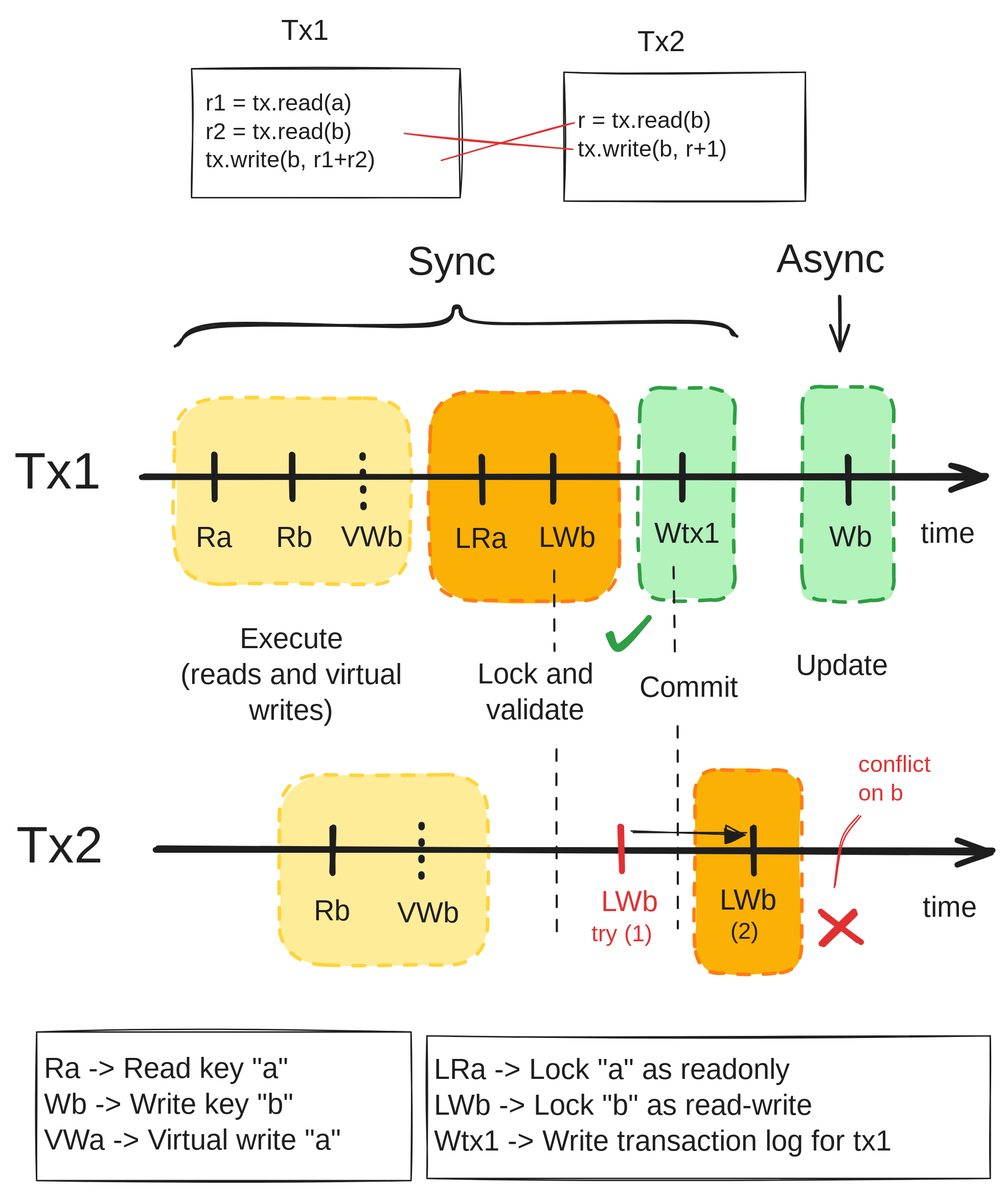
Before: content/posts/transactional-object-storage/glassdb-tx-conflict.svg, a diagram exported from Excalidraw (mbrt/blog). Source tidied: one line per element, renumbered; positions are measured from the earlier drawing's top-left corner, leaving out a move shared by most shapes.
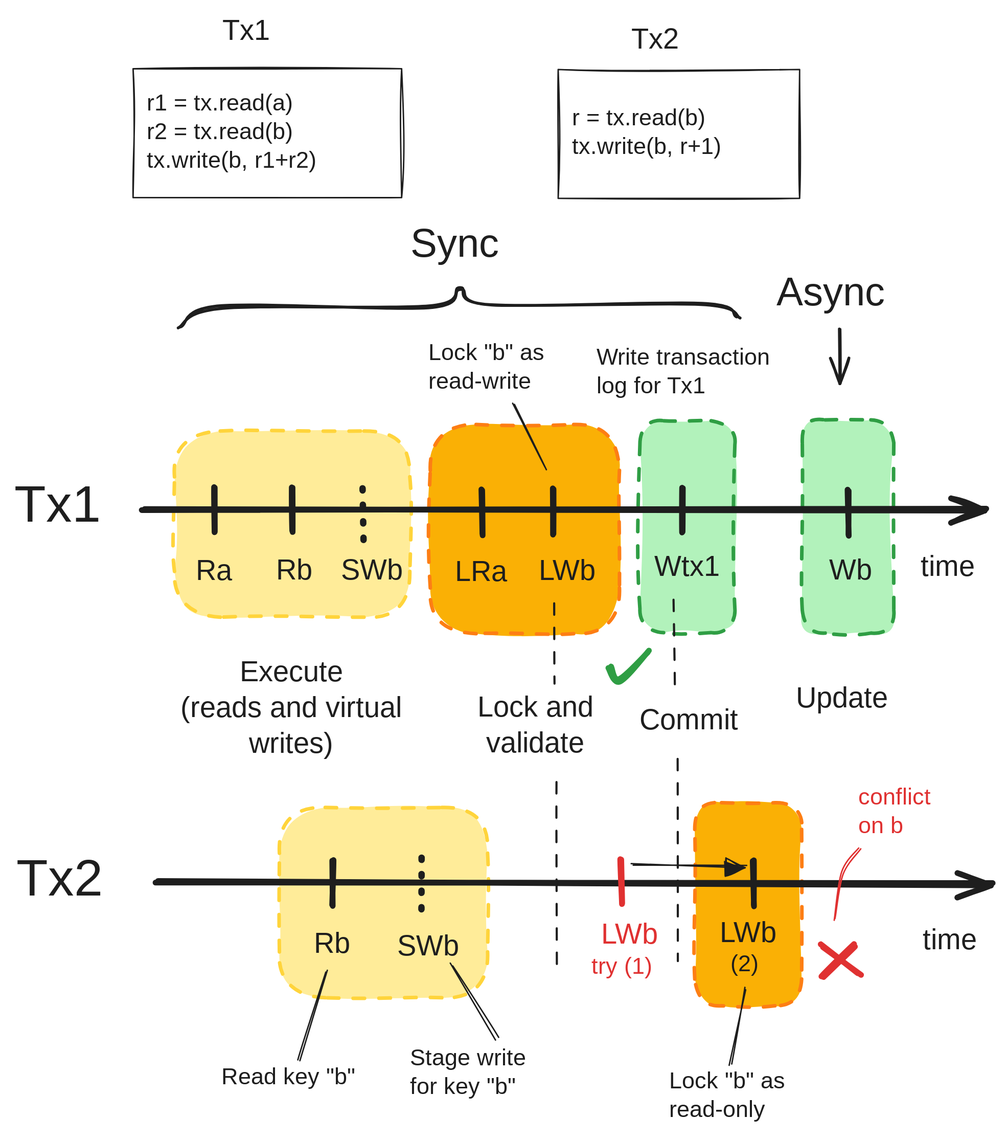
After the commit.

Diff of the diagram source:
```diff
@@ -22,8 +22,8 @@
 {"id": 21, "type": "text", "text": "Ra", "strokeColor": "#1e1e1e", "backgroundColor": "#ffec99", "fillStyle": "solid", "strokeWidth": 4, "roughness": 1, "fontSize": 20, "fontFamily": 5, "x": 127, "y": 354, "width": 28, "height": 25}
 {"id": 22, "type": "text", "text": "Rb", "strokeColor": "#1e1e1e", "backgroundColor": "#ffec99", "fillStyle": "solid", "strokeWidth": 4, "roughness": 1, "fontSize": 20, "fontFamily": 5, "x": 209, "y": 615, "width": 27, "height": 25}
 {"id": 23, "type": "text", "text": "Rb", "strokeColor": "#1e1e1e", "backgroundColor": "#ffec99", "fillStyle": "solid", "strokeWidth": 4, "roughness": 1, "fontSize": 20, "fontFamily": 5, "x": 183, "y": 354, "width": 27, "height": 25}
-{"id": 24, "type": "text", "text": "VWb", "strokeColor": "#1e1e1e", "backgroundColor": "#ffec99", "fillStyle": "solid", "strokeWidth": 4, "roughness": 1, "fontSize": 20, "fontFamily": 5, "x": 228, "y": 354, "width": 39, "height": 25}
+{"id": 24, "type": "text", "text": "SWb", "strokeColor": "#1e1e1e", "backgroundColor": "#ffec99", "fillStyle": "solid", "strokeWidth": 4, "roughness": 1, "fontSize": 20, "fontFamily": 5, "x": 228, "y": 354, "width": 39, "height": 25}
-{"id": 25, "type": "text", "text": "VWb", "strokeColor": "#1e1e1e", "backgroundColor": "#ffec99", "fillStyle": "solid", "strokeWidth": 4, "roughness": 1, "fontSize": 20, "fontFamily": 5, "x": 268, "y": 616, "width": 39, "height": 25}
+{"id": 25, "type": "text", "text": "SWb", "strokeColor": "#1e1e1e", "backgroundColor": "#ffec99", "fillStyle": "solid", "strokeWidth": 4, "roughness": 1, "fontSize": 20, "fontFamily": 5, "x": 268, "y": 616, "width": 39, "height": 25}
 {"id": 26, "type": "text", "text": "LRa", "strokeColor": "#1e1e1e", "backgroundColor": "#ffec99", "fillStyle": "solid", "strokeWidth": 4, "roughness": 1, "fontSize": 20, "fontFamily": 5, "x": 308, "y": 355, "width": 38, "height": 25}
 {"id": 27, "type": "text", "text": "LWb", "strokeColor": "#1e1e1e", "backgroundColor": "#ffec99", "fillStyle": "solid", "strokeWidth": 4, "roughness": 1, "fontSize": 20, "fontFamily": 5, "x": 366, "y": 354, "width": 38, "height": 25}
 {"id": 28, "type": "text", "text": "LWb", "strokeColor": "#e03131", "backgroundColor": "#ffec99", "fillStyle": "solid", "strokeWidth": 4, "roughness": 1, "fontSize": 20, "fontFamily": 5, "x": 410, "y": 608, "width": 38, "height": 25}
@@ -32,8 +32,8 @@
 {"id": 31, "type": "text", "text": "LWb", "strokeColor": "#1e1e1e", "backgroundColor": "#ffec99", "fillStyle": "solid", "strokeWidth": 4, "roughness": 1, "fontSize": 20, "fontFamily": 5, "x": 493, "y": 607, "width": 38, "height": 25}
 {"id": 32, "type": "text", "text": "Wtx1", "strokeColor": "#1e1e1e", "backgroundColor": "#ffec99", "fillStyle": "solid", "strokeWidth": 4, "roughness": 1, "fontSize": 20, "fontFamily": 5, "x": 447, "y": 351, "width": 47, "height": 25}
 {"id": 33, "type": "text", "text": "Wb", "strokeColor": "#1e1e1e", "backgroundColor": "#ffec99", "fillStyle": "solid", "strokeWidth": 4, "roughness": 1, "fontSize": 20, "fontFamily": 5, "x": 569, "y": 354, "width": 28, "height": 25}
-{"id": 34, "type": "line", "strokeColor": "#1e1e1e", "strokeWidth": 2, "roughness": 1, "round": true, "x": 113, "y": 231, "width": 391, "height": 28, "points": [[0, 0], [31, -13], [174, -15], [196, -28], [217, -16], [365, -16], [391, -8]]}
+{"id": 34, "type": "line", "strokeColor": "#1e1e1e", "strokeWidth": 2, "roughness": 1, "round": true, "x": 115, "y": 195, "width": 391, "height": 28, "points": [[0, 0], [31, -13], [174, -15], [196, -28], [217, -16], [365, -16], [391, -8]]}
-{"id": 35, "type": "text", "text": "Sync", "strokeColor": "#1e1e1e", "strokeWidth": 2, "roughness": 1, "fontSize": 28, "fontFamily": 5, "x": 275, "y": 157, "width": 61, "height": 35}
+{"id": 35, "type": "text", "text": "Sync", "strokeColor": "#1e1e1e", "strokeWidth": 2, "roughness": 1, "fontSize": 28, "fontFamily": 5, "x": 277, "y": 122, "width": 61, "height": 35}
 {"id": 36, "type": "text", "text": "Async", "strokeColor": "#1e1e1e", "strokeWidth": 2, "roughness": 1, "fontSize": 28, "fontFamily": 5, "x": 533, "y": 155, "width": 78, "height": 35}
 {"id": 37, "type": "arrow", "strokeColor": "#1e1e1e", "strokeWidth": 2, "roughness": 1, "endArrowhead": "arrow", "round": true, "from": 36, "x": 576, "y": 197, "width": 1, "height": 38, "points": [[0, 0], [1, 38]]}
 {"id": 38, "type": "text", "text": "time", "strokeColor": "#1e1e1e", "strokeWidth": 2, "roughness": 1, "fontSize": 20, "fontFamily": 5, "x": 633, "y": 351, "width": 40, "height": 25}
@@ -49,18 +49,21 @@
 {"id": 48, "type": "line", "strokeColor": "#1e1e1e", "backgroundColor": "#ffc9c9", "fillStyle": "solid", "strokeWidth": 1, "strokeStyle": "dashed", "roughness": 1, "round": true, "x": 461, "y": 385, "width": 0, "height": 61, "points": [[0, 0], [0, 61]]}
 {"id": 49, "type": "line", "strokeColor": "#1e1e1e", "backgroundColor": "#ffc9c9", "fillStyle": "solid", "strokeWidth": 1, "strokeStyle": "dashed", "roughness": 1, "round": true, "x": 380, "y": 513, "width": 0, "height": 132, "points": [[0, 0], [0, 132]]}
 {"id": 50, "type": "line", "strokeColor": "#1e1e1e", "backgroundColor": "#ffc9c9", "fillStyle": "solid", "strokeWidth": 1, "strokeStyle": "dashed", "roughness": 1, "round": true, "x": 463, "y": 496, "width": 0, "height": 142, "points": [[0, 0], [0, 142]]}
-{"id": 51, "type": "rectangle", "strokeColor": "#1e1e1e", "strokeWidth": 1, "roughness": 1, "x": 16, "y": 710, "width": 262, "height": 104}
-{"id": 52, "type": "text", "text": "Ra -> Read key \"a\"\nWb -> Write key \"b\"\nVWa -> Virtual write \"a\"", "strokeColor": "#1e1e1e", "strokeWidth": 1, "roughness": 1, "fontSize": 20, "fontFamily": 5, "verticalAlign": "middle", "inside": 51, "x": 21, "y": 725, "width": 227, "height": 75}
-{"id": 53, "type": "rectangle", "strokeColor": "#1e1e1e", "strokeWidth": 1, "roughness": 1, "x": 288, "y": 713, "width": 394, "height": 100}
-{"id": 54, "type": "text", "text": "LRa -> Lock \"a\" as readonly\nLWb -> Lock \"b\" as read-write\nWtx1 -> Write transaction log for tx1", "strokeColor": "#1e1e1e", "strokeWidth": 1, "roughness": 1, "fontSize": 20, "fontFamily": 5, "verticalAlign": "middle", "inside": 53, "x": 293, "y": 725, "width": 366, "height": 75}
 {"id": 55, "type": "text", "text": "conflict\non b", "strokeColor": "#e03131", "strokeWidth": 1, "roughness": 1, "fontSize": 16, "fontFamily": 5, "x": 590, "y": 515, "width": 59, "height": 40}
 {"id": 56, "type": "line", "strokeColor": "#e03131", "strokeWidth": 1, "roughness": 1, "round": true, "x": 591, "y": 559, "width": 18, "height": 50, "points": [[0, 0], [-12, 18], [-18, 50]]}
-{"id": 57, "type": "rectangle", "strokeColor": "#1e1e1e", "strokeWidth": 1, "roughness": 1, "x": 124, "y": 38, "width": 188, "height": 90}
+{"id": 57, "type": "rectangle", "strokeColor": "#1e1e1e", "strokeWidth": 1, "roughness": 1, "x": 83, "y": 15, "width": 188, "height": 90}
-{"id": 58, "type": "text", "text": " r1 = tx.read(a)\n r2 = tx.read(b)\n tx.write(b, r1+r2)", "strokeColor": "#1e1e1e", "strokeWidth": 1, "roughness": 1, "fontSize": 16, "fontFamily": 8, "verticalAlign": "middle", "inside": 57, "x": 129, "y": 53, "width": 172, "height": 60}
+{"id": 58, "type": "text", "text": " r1 = tx.read(a)\n r2 = tx.read(b)\n tx.write(b, r1+r2)", "strokeColor": "#1e1e1e", "strokeWidth": 1, "roughness": 1, "fontSize": 16, "fontFamily": 8, "verticalAlign": "middle", "inside": 57, "x": 88, "y": 30, "width": 172, "height": 60}
-{"id": 59, "type": "rectangle", "strokeColor": "#1e1e1e", "strokeWidth": 1, "roughness": 1, "x": 384, "y": 40, "width": 169, "height": 90}
+{"id": 59, "type": "rectangle", "strokeColor": "#1e1e1e", "strokeWidth": 1, "roughness": 1, "x": 380, "y": 15, "width": 169, "height": 90}
-{"id": 60, "type": "text", "text": " r = tx.read(b)\n tx.write(b, r+1)", "strokeColor": "#1e1e1e", "strokeWidth": 1, "roughness": 1, "fontSize": 16, "fontFamily": 8, "verticalAlign": "middle", "inside": 59, "x": 389, "y": 65, "width": 154, "height": 40}
+{"id": 60, "type": "text", "text": " r = tx.read(b)\n tx.write(b, r+1)", "strokeColor": "#1e1e1e", "strokeWidth": 1, "roughness": 1, "fontSize": 16, "fontFamily": 8, "verticalAlign": "middle", "inside": 59, "x": 385, "y": 40, "width": 154, "height": 40}
-{"id": 61, "type": "text", "text": "Tx1", "strokeColor": "#1e1e1e", "strokeWidth": 1, "roughness": 1, "fontSize": 20, "fontFamily": 5, "x": 186, "y": 0, "width": 37, "height": 25}
+{"id": 61, "type": "text", "text": "Tx1", "strokeColor": "#1e1e1e", "strokeWidth": 1, "roughness": 1, "fontSize": 20, "fontFamily": 5, "x": 146, "y": -23, "width": 37, "height": 25}
-{"id": 62, "type": "text", "text": "Tx2", "strokeColor": "#1e1e1e", "strokeWidth": 1, "roughness": 1, "fontSize": 20, "fontFamily": 5, "x": 435, "y": 8, "width": 43, "height": 25}
+{"id": 62, "type": "text", "text": "Tx2", "strokeColor": "#1e1e1e", "strokeWidth": 1, "roughness": 1, "fontSize": 20, "fontFamily": 5, "x": 431, "y": -17, "width": 43, "height": 25}
-{"id": 63, "type": "line", "strokeColor": "#e03131", "strokeWidth": 1, "roughness": 1, "x": 391, "y": 76, "width": 93, "height": 26, "points": [[0, 0], [-93, 26]]}
-{"id": 64, "type": "line", "strokeColor": "#e03131", "strokeWidth": 1, "roughness": 1, "x": 390, "y": 94, "width": 118, "height": 11, "points": [[0, 0], [-118, -11]]}
 {"id": 65, "type": "arrow", "strokeColor": "#1e1e1e", "strokeWidth": 1, "roughness": 1, "endArrowhead": "triangle", "round": true, "x": 432, "y": 571, "width": 80, "height": 0, "points": [[0, 0], [80, 0]]}
+{"id": 66, "type": "text", "text": "Read key \"b\"", "strokeColor": "#1e1e1e", "backgroundColor": "#f8f9fa", "fillStyle": "solid", "strokeWidth": 2, "strokeStyle": "dashed", "roughness": 1, "fontSize": 16, "fontFamily": 5, "x": 145, "y": 710, "width": 99, "height": 20}
+{"id": 67, "type": "line", "strokeColor": "#1e1e1e", "backgroundColor": "#f8f9fa", "fillStyle": "solid", "strokeWidth": 1, "roughness": 1, "round": true, "x": 200, "y": 707, "width": 19, "height": 62, "points": [[0, 0], [19, -62]]}
+{"id": 68, "type": "text", "text": "Stage write\nfor key \"b\"", "strokeColor": "#1e1e1e", "backgroundColor": "#f8f9fa", "fillStyle": "solid", "strokeWidth": 1, "roughness": 1, "fontSize": 16, "fontFamily": 5, "x": 277, "y": 697, "width": 92, "height": 40}
+{"id": 69, "type": "text", "text": "Lock \"b\" as\nread-only", "strokeColor": "#1e1e1e", "backgroundColor": "#f8f9fa", "fillStyle": "solid", "strokeWidth": 1, "roughness": 2, "fontSize": 16, "fontFamily": 5, "x": 458, "y": 713, "width": 86, "height": 40}
+{"id": 70, "type": "line", "strokeColor": "#1e1e1e", "backgroundColor": "#f8f9fa", "fillStyle": "solid", "strokeWidth": 1, "roughness": 1, "round": true, "x": 500, "y": 711, "width": 10, "height": 53, "points": [[0, 0], [10, -53]]}
+{"id": 71, "type": "text", "text": "Lock \"b\" as\nread-write", "strokeColor": "#1e1e1e", "backgroundColor": "#f8f9fa", "fillStyle": "solid", "strokeWidth": 1, "roughness": 1, "fontSize": 16, "fontFamily": 5, "x": 289, "y": 204, "width": 86, "height": 40}
+{"id": 72, "type": "text", "text": "Write transaction\nlog for Tx1", "strokeColor": "#1e1e1e", "backgroundColor": "#f8f9fa", "fillStyle": "solid", "strokeWidth": 1, "roughness": 1, "fontSize": 16, "fontFamily": 5, "x": 407, "y": 208, "width": 136, "height": 40}
+{"id": 73, "type": "line", "strokeColor": "#1e1e1e", "backgroundColor": "#f8f9fa", "fillStyle": "solid", "strokeWidth": 1, "roughness": 1, "round": true, "x": 349, "y": 249, "width": 23, "height": 45, "points": [[0, 0], [23, 45]]}
+{"id": 74, "type": "line", "strokeColor": "#1e1e1e", "backgroundColor": "#f8f9fa", "fillStyle": "solid", "strokeWidth": 1, "roughness": 1, "round": true, "x": 305, "y": 641, "width": 32, "height": 52, "points": [[0, 0], [32, 52]]}
```
